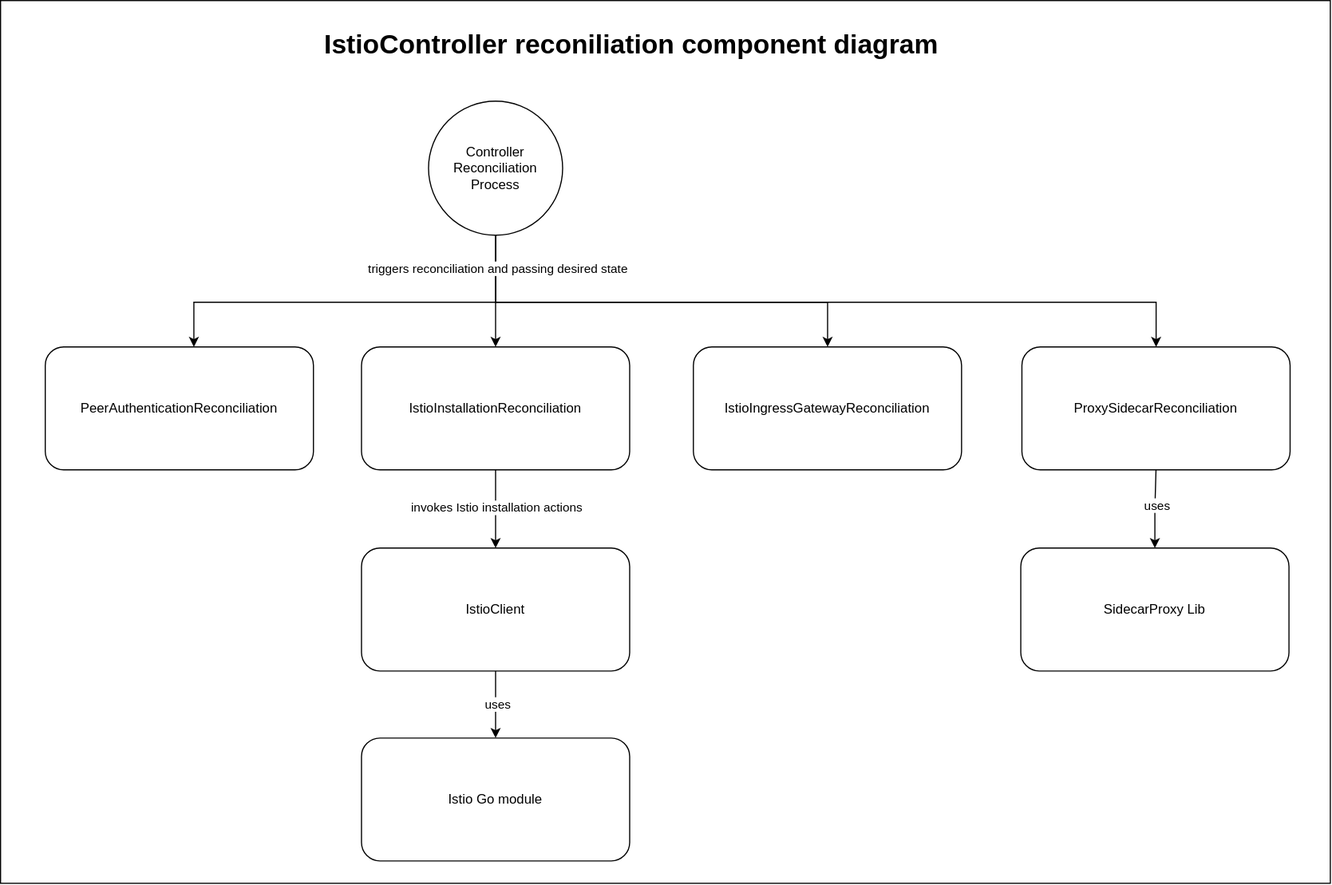
Above: docs/controller-component-diagram.svg in kyma-project/istio (draw.io), before the change. Source tidied: cells renumbered, new cells last; positions are measured from the earlier drawing's top-left corner, leaving out a move shared by most shapes.
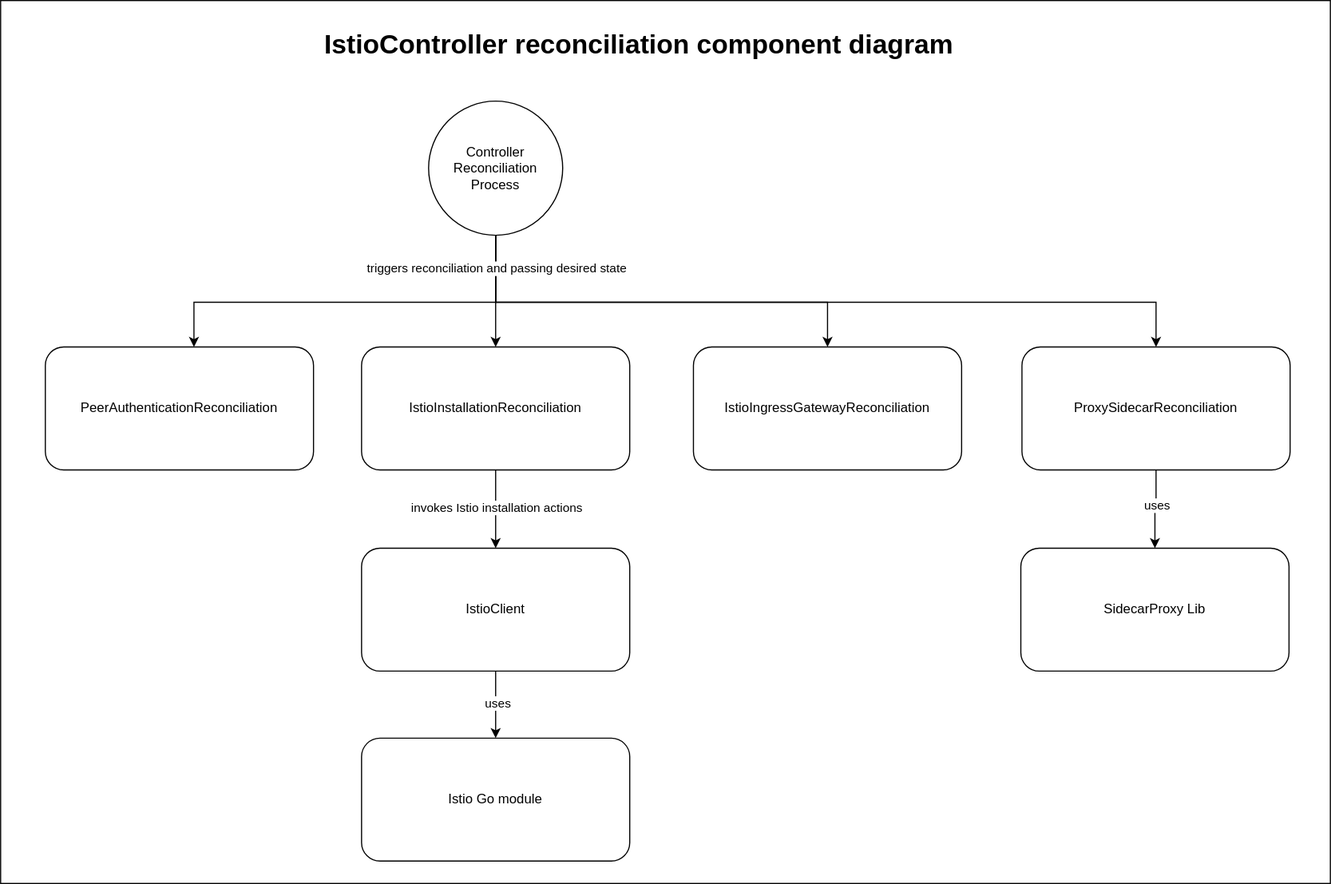
The same diagram one commit later.

Diff of the diagram source:
```diff
@@ -78,7 +78,7 @@
     <mxCell id="19" value="PeerAuthenticationReconciliation" style="rounded=1;whiteSpace=wrap;html=1;" parent="1" vertex="1">
       <mxGeometry x="40" y="310" width="240" height="110" as="geometry" />
     </mxCell>
-    <mxCell id="20" value="&lt;h1&gt;IstioController reconiliation component diagram&lt;/h1&gt;" style="text;html=1;strokeColor=none;fillColor=none;spacing=5;spacingTop=-20;whiteSpace=wrap;overflow=hidden;rounded=0;" parent="1" vertex="1">
+    <mxCell id="20" value="&lt;h1&gt;IstioController reconciliation component diagram&lt;/h1&gt;" style="text;html=1;strokeColor=none;fillColor=none;spacing=5;spacingTop=-20;whiteSpace=wrap;overflow=hidden;rounded=0;" parent="1" vertex="1">
       <mxGeometry x="285" y="20" width="620" height="50" as="geometry" />
     </mxCell>
     <mxCell id="21" value="Controller Reconciliation Process" style="ellipse;whiteSpace=wrap;html=1;" parent="1" vertex="1">
```
